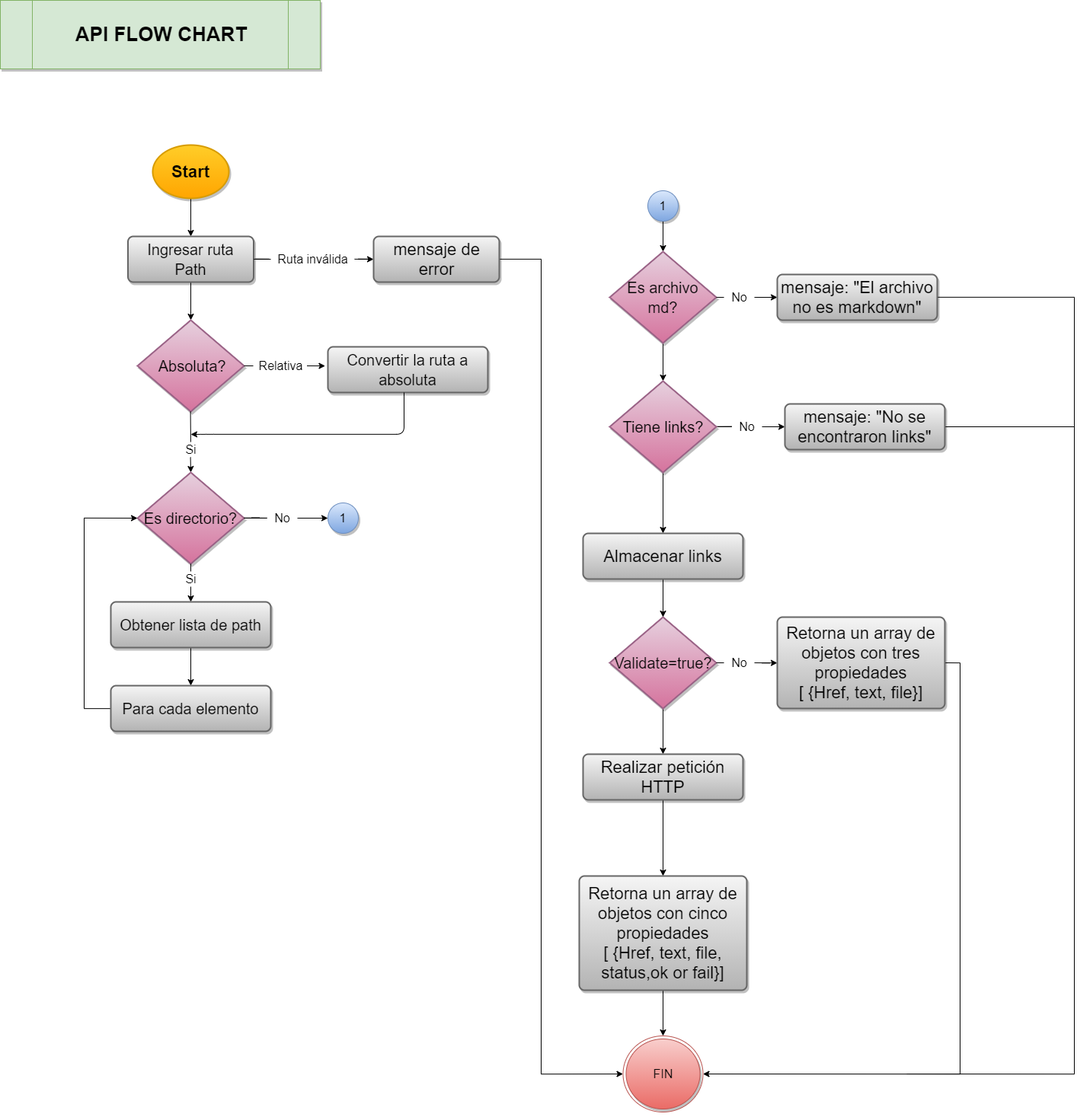
MarytereBenavides/LIM014-mdlinks keeps this draw.io diagram as img/apiFlowChart.png. Above is the earlier version. Source tidied: cells renumbered, new cells last; positions are measured from the earlier drawing's top-left corner, leaving out a move shared by most shapes.
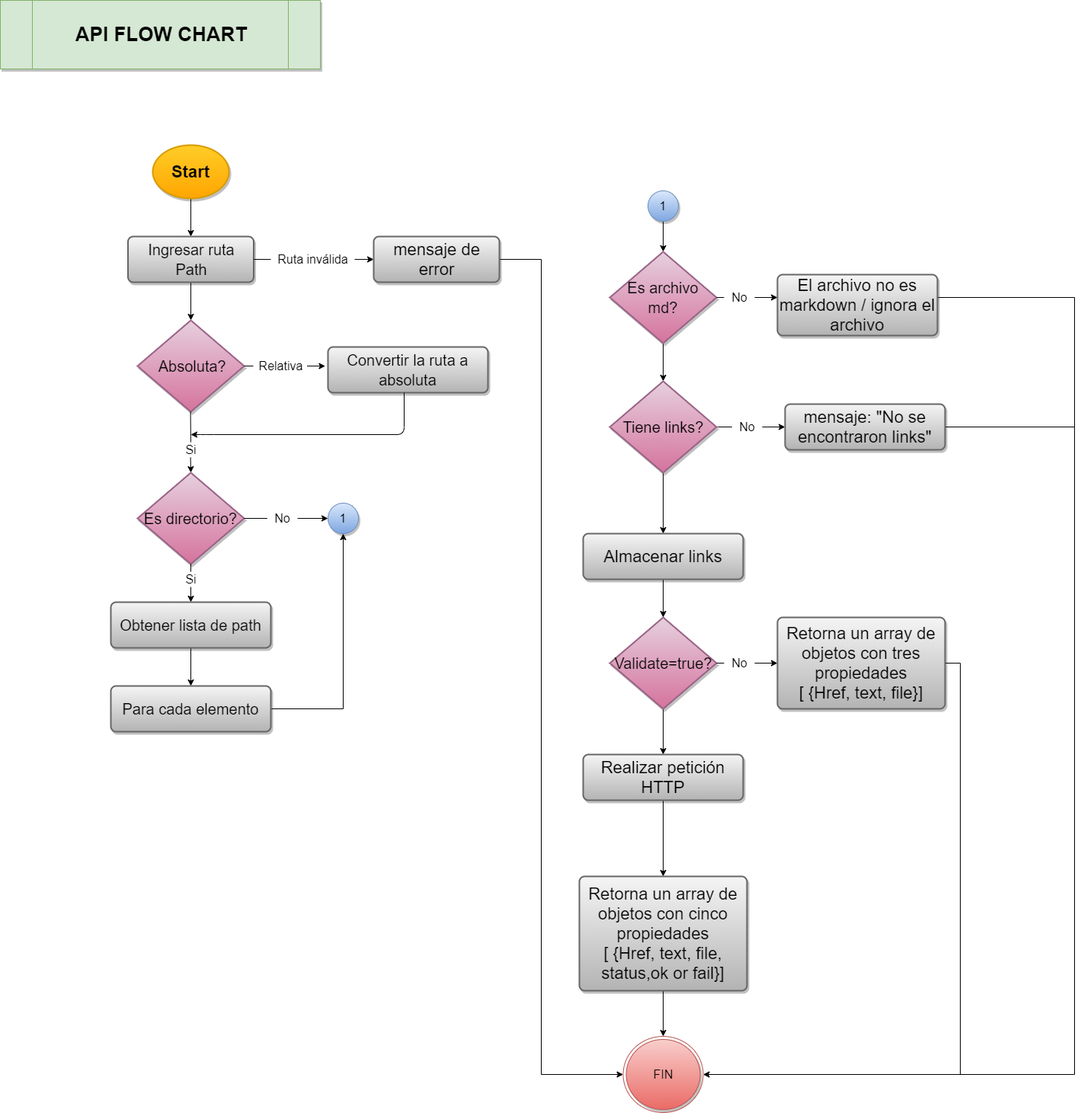
The same diagram one commit later.

The edit, as a diff of the source:
```diff
@@ -76,14 +76,9 @@
         <mxPoint x="249.6" y="540" as="sourcePoint" />
       </mxGeometry>
     </mxCell>
-    <mxCell id="22" style="edgeStyle=orthogonalEdgeStyle;rounded=0;jettySize=auto;html=1;endArrow=classic;endFill=1;fontSize=16;fontColor=#000000;entryX=0;entryY=0.5;entryDx=0;entryDy=0;entryPerimeter=0;" parent="1" edge="1" source="23" target="14">
-      <mxGeometry relative="1" as="geometry">
-        <Array as="points">
-          <mxPoint x="110" y="930" />
-          <mxPoint x="110" y="680" />
-        </Array>
-      </mxGeometry>
-    </mxCell>
+    <mxCell id="64" style="edgeStyle=orthogonalEdgeStyle;rounded=0;jettySize=auto;html=1;exitX=1;exitY=0.5;exitDx=0;exitDy=0;entryX=0.5;entryY=1;entryDx=0;entryDy=0;" parent="1" edge="1" source="23" target="15">
+      <mxGeometry relative="1" as="geometry" />
+    </mxCell>
     <mxCell id="23" value="&lt;font style=&quot;font-size: 20px&quot;&gt;Para cada elemento&lt;br&gt;&lt;/font&gt;" style="rounded=1;whiteSpace=wrap;html=1;absoluteArcSize=1;arcSize=14;strokeWidth=2;shadow=1;labelBackgroundColor=none;fontSize=22;align=center;gradientColor=#b3b3b3;fillColor=#f5f5f5;strokeColor=#666666;" parent="1" vertex="1">
       <mxGeometry x="145" y="900" width="210" height="60" as="geometry" />
     </mxCell>
@@ -102,9 +97,6 @@
     <mxCell id="28" value="1" style="ellipse;whiteSpace=wrap;html=1;shadow=1;labelBackgroundColor=none;fontSize=16;align=center;fillColor=#dae8fc;strokeColor=#6c8ebf;gradientColor=#7ea6e0;" parent="1" vertex="1">
       <mxGeometry x="850" y="250" width="40" height="40" as="geometry" />
     </mxCell>
-    <mxCell id="29" style="edgeStyle=orthogonalEdgeStyle;rounded=0;jettySize=auto;html=1;exitX=1;exitY=0.5;exitDx=0;exitDy=0;exitPerimeter=0;entryX=0;entryY=0.5;entryDx=0;entryDy=0;endArrow=classic;endFill=1;fontSize=16;fontColor=#000000;" parent="1" edge="1" source="34" target="33">
-      <mxGeometry relative="1" as="geometry" />
-    </mxCell>
     <mxCell id="30" style="edgeStyle=orthogonalEdgeStyle;rounded=0;jettySize=auto;html=1;endArrow=classic;endFill=1;fontSize=16;fontColor=#000000;" parent="1" edge="1" source="31" target="51">
       <mxGeometry relative="1" as="geometry" />
     </mxCell>
@@ -120,9 +112,17 @@
         </Array>
       </mxGeometry>
     </mxCell>
-    <mxCell id="33" value="mensaje: &quot;El archivo no es markdown&quot;" style="rounded=1;whiteSpace=wrap;html=1;absoluteArcSize=1;arcSize=14;strokeWidth=2;shadow=1;labelBackgroundColor=none;fontSize=22;align=center;gradientColor=#b3b3b3;fillColor=#f5f5f5;strokeColor=#666666;" parent="1" vertex="1">
-      <mxGeometry x="1020" y="360" width="210" height="60" as="geometry" />
+    <mxCell id="33" value="El archivo no es markdown / ignora el archivo" style="rounded=1;whiteSpace=wrap;html=1;absoluteArcSize=1;arcSize=14;strokeWidth=2;shadow=1;labelBackgroundColor=none;fontSize=22;align=center;gradientColor=#b3b3b3;fillColor=#f5f5f5;strokeColor=#666666;" parent="1" vertex="1">
+      <mxGeometry x="1020" y="360" width="210" height="80" as="geometry" />
     </mxCell>
+    <mxCell id="29" style="edgeStyle=orthogonalEdgeStyle;rounded=0;jettySize=auto;html=1;" parent="1" edge="1" source="34" target="33">
+      <mxGeometry relative="1" as="geometry">
+        <Array as="points">
+          <mxPoint x="1020" y="390" />
+          <mxPoint x="1020" y="390" />
+        </Array>
+      </mxGeometry>
+    </mxCell>
     <mxCell id="34" value="No" style="text;html=1;align=center;verticalAlign=middle;points=[];fontSize=16;fontColor=#000000;" parent="1" vertex="1">
       <mxGeometry x="950" y="380" width="40" height="20" as="geometry" />
     </mxCell>
```
